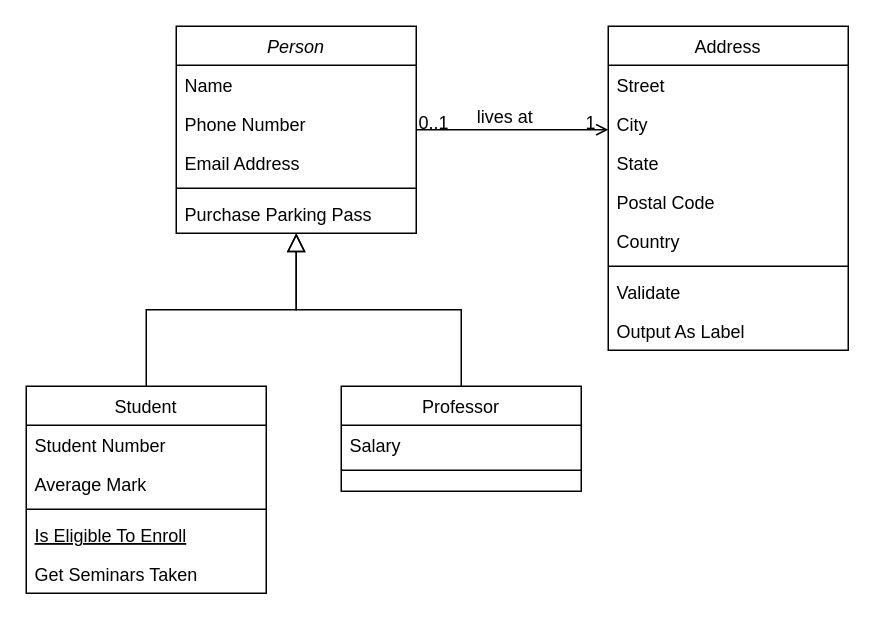
The draw.io diagram HospitalManagementSystem.drawio in GabrielCevallos/HospitalManagementSystem, before the edit. Source tidied: cells renumbered, new cells numbered last; positions are measured from the earlier drawing's top-left corner, leaving out a move shared by most shapes. Both pictures are drawn from the tidied source at 150%, with x=0, y=0 at pixel (26, 26).
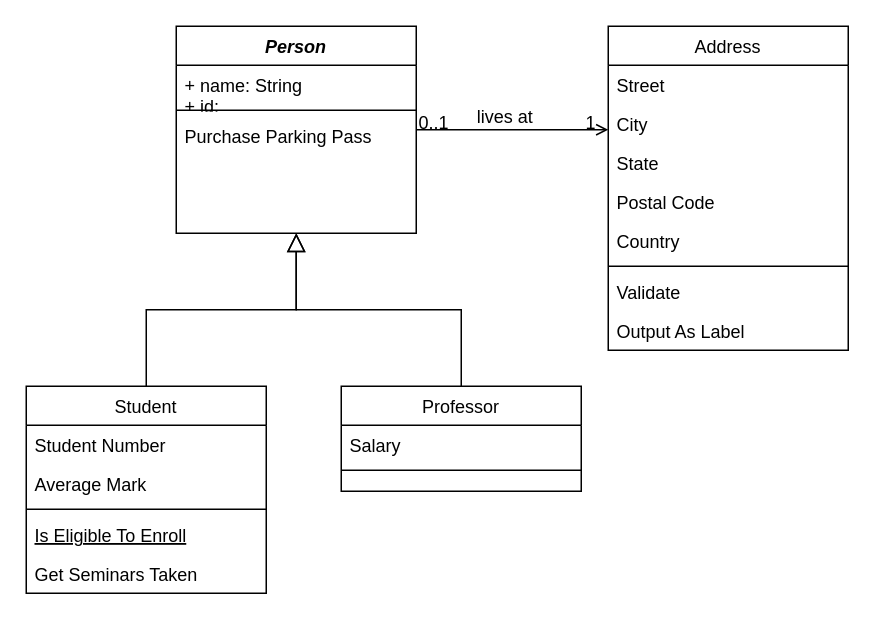
The same page after the edit.

Change to the diagram source:
```diff
@@
-    <mxCell id="2" value="Person" style="swimlane;fontStyle=2;align=center;verticalAlign=top;horizontal=1;startSize=26;rounded=0;shadow=0;strokeWidth=1;" parent="1" vertex="1">
+    <mxCell id="2" value="Person" style="swimlane;fontStyle=3;align=center;verticalAlign=top;horizontal=1;startSize=26;rounded=0;shadow=0;strokeWidth=1;" parent="1" vertex="1">
       <mxGeometry x="100" width="160" height="138" as="geometry" />
     </mxCell>
-    <mxCell id="3" value="Name" style="text;align=left;verticalAlign=top;spacingLeft=4;spacingRight=4;overflow=hidden;" parent="2" vertex="1">
+    <mxCell id="3" value="+ name: String&#10;+ id: " style="text;align=left;verticalAlign=top;spacingLeft=4;spacingRight=4;overflow=hidden;" parent="2" vertex="1">
       <mxGeometry y="26" width="160" height="26" as="geometry" />
     </mxCell>
-    <mxCell id="4" value="Phone Number" style="text;align=left;verticalAlign=top;spacingLeft=4;spacingRight=4;overflow=hidden;rounded=0;shadow=0;html=0;" parent="2" vertex="1">
-      <mxGeometry y="52" width="160" height="26" as="geometry" />
-    </mxCell>
-    <mxCell id="5" value="Email Address" style="text;align=left;verticalAlign=top;spacingLeft=4;spacingRight=4;overflow=hidden;rounded=0;shadow=0;html=0;" parent="2" vertex="1">
-      <mxGeometry y="78" width="160" height="26" as="geometry" />
-    </mxCell>
     <mxCell id="6" style="line;html=1;strokeWidth=1;align=left;verticalAlign=middle;spacingTop=-1;spacingLeft=3;spacingRight=3;labelPosition=right;" parent="2" vertex="1">
-      <mxGeometry y="104" width="160" height="8" as="geometry" />
+      <mxGeometry y="52" width="160" height="8" as="geometry" />
     </mxCell>
     <mxCell id="7" value="Purchase Parking Pass" style="text;align=left;verticalAlign=top;spacingLeft=4;spacingRight=4;overflow=hidden;" parent="2" vertex="1">
-      <mxGeometry y="112" width="160" height="26" as="geometry" />
+      <mxGeometry y="60" width="160" height="26" as="geometry" />
     </mxCell>
```
